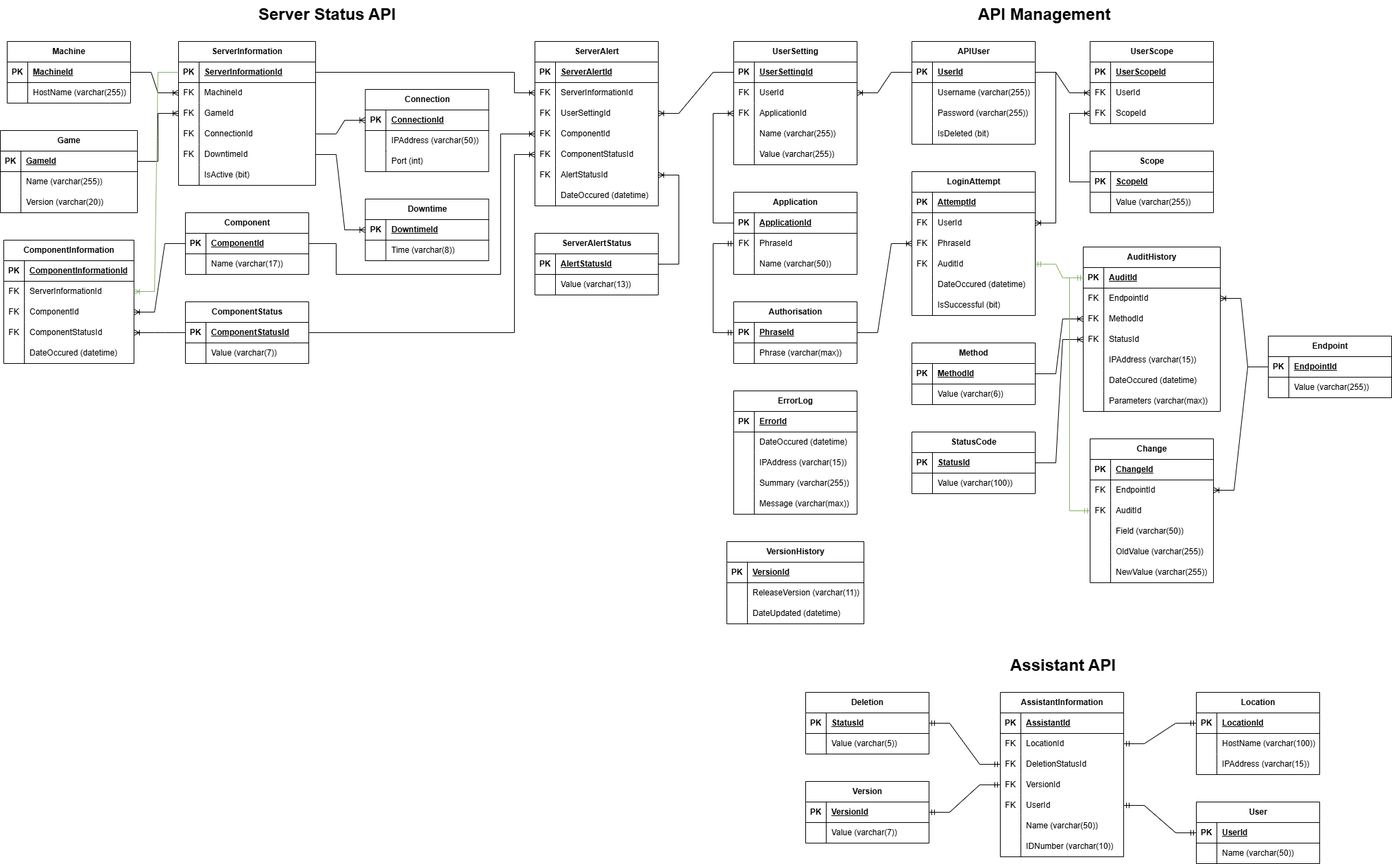
Above: Database ERD.png in LegendarySpork9/Hunter-Industries-API (draw.io), before the change. Source tidied: cells renumbered, new cells last; positions are measured from the earlier drawing's top-left corner, leaving out a move shared by most shapes.
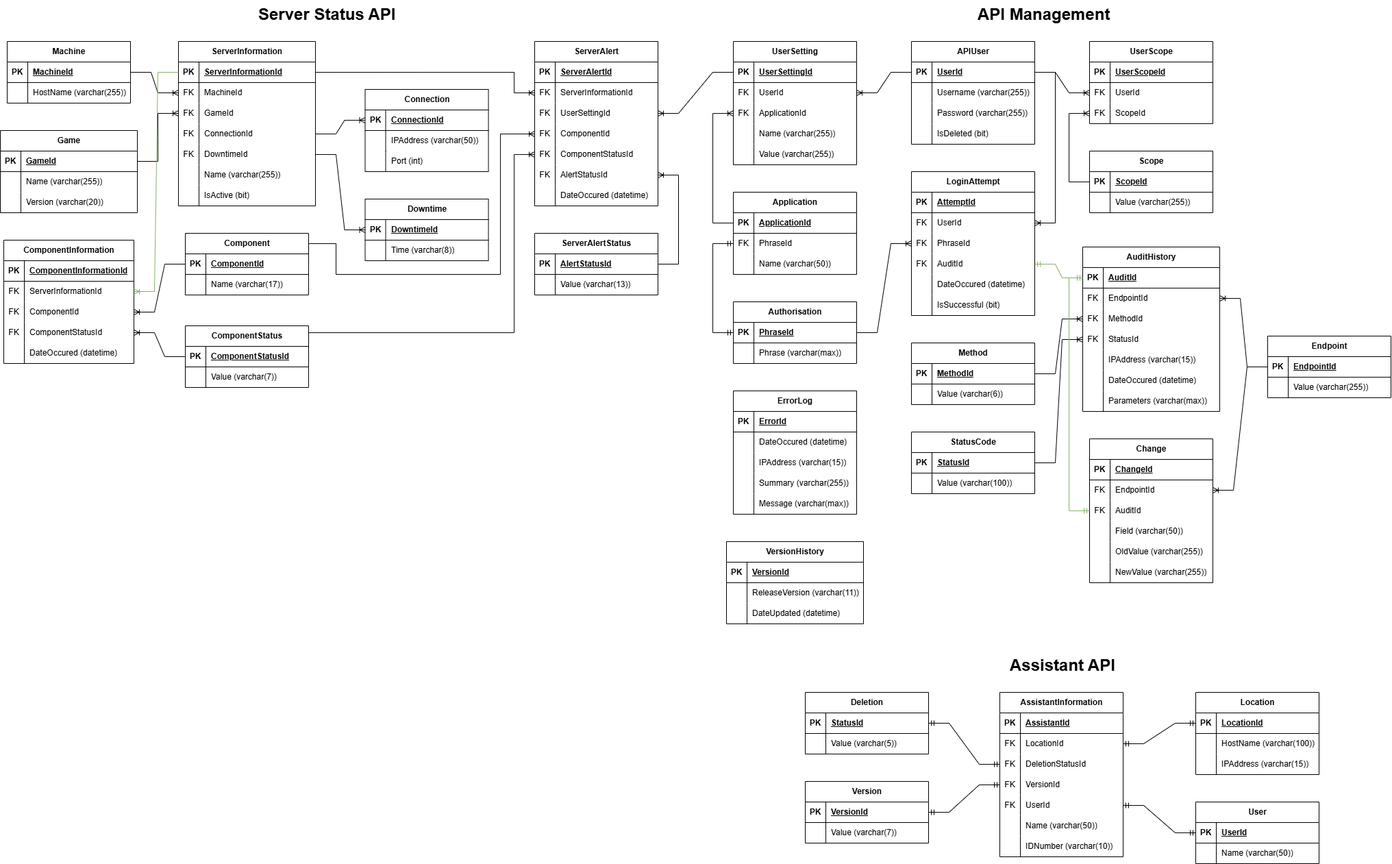
After the change.

Diff of the diagram source:
```diff
@@ -707,7 +707,7 @@
       <mxGeometry relative="1" as="geometry" />
     </mxCell>
     <mxCell id="232" value="ServerInformation" style="shape=table;startSize=30;rowLines=0;fontStyle=1;align=center;html=1;" parent="1" vertex="1">
-      <mxGeometry x="260" y="60" width="200" height="210" as="geometry" />
+      <mxGeometry x="260" y="60" width="200" height="240" as="geometry" />
     </mxCell>
     <mxCell id="233" style="shape=tableRow;horizontal=0;startSize=0;swimlaneHead=0;swimlaneBody=0;fillColor=none;points=[[0,0.5],[1,0.5]];portConstraint=eastwest;top=0;left=0;right=0;bottom=1;" parent="232" vertex="1">
       <mxGeometry y="30" width="200" height="30" as="geometry" />
@@ -754,8 +754,17 @@
     <mxCell id="247" value="DowntimeId" style="shape=partialRectangle;fillColor=none;top=0;left=0;bottom=0;right=0;align=left;spacingLeft=6;overflow=hidden;whiteSpace=wrap;html=1;" parent="245" vertex="1">
       <mxGeometry x="30" width="170" height="30" as="geometry" />
     </mxCell>
+    <mxCell id="369" style="shape=tableRow;horizontal=0;startSize=0;swimlaneHead=0;swimlaneBody=0;fillColor=none;top=0;left=0;right=0;bottom=0;" parent="232" vertex="1">
+      <mxGeometry y="180" width="200" height="30" as="geometry" />
+    </mxCell>
+    <mxCell id="370" style="shape=partialRectangle;fillColor=none;top=0;left=0;bottom=0;right=0;overflow=hidden;whiteSpace=wrap;html=1;" parent="369" vertex="1">
+      <mxGeometry width="30" height="30" as="geometry" />
+    </mxCell>
+    <mxCell id="371" value="Name (varchar(255))" style="shape=partialRectangle;fillColor=none;top=0;left=0;bottom=0;right=0;align=left;spacingLeft=6;overflow=hidden;whiteSpace=wrap;html=1;" parent="369" vertex="1">
+      <mxGeometry x="30" width="170" height="30" as="geometry" />
+    </mxCell>
     <mxCell id="248" style="shape=tableRow;horizontal=0;startSize=0;swimlaneHead=0;swimlaneBody=0;fillColor=none;top=0;left=0;right=0;bottom=0;" parent="232" vertex="1">
-      <mxGeometry y="180" width="200" height="30" as="geometry" />
+      <mxGeometry y="210" width="200" height="30" as="geometry" />
     </mxCell>
     <mxCell id="249" style="shape=partialRectangle;fillColor=none;top=0;left=0;bottom=0;right=0;overflow=hidden;whiteSpace=wrap;html=1;" parent="248" vertex="1">
       <mxGeometry width="30" height="30" as="geometry" />
@@ -863,7 +872,7 @@
       <mxGeometry x="30" width="160" height="30" as="geometry" />
     </mxCell>
     <mxCell id="284" value="Component" style="shape=table;startSize=30;rowLines=0;fontStyle=1;align=center;html=1;" parent="1" vertex="1">
-      <mxGeometry x="270" y="310" width="180" height="90" as="geometry" />
+      <mxGeometry x="270" y="340" width="180" height="90" as="geometry" />
     </mxCell>
     <mxCell id="285" style="shape=tableRow;horizontal=0;startSize=0;swimlaneHead=0;swimlaneBody=0;fillColor=none;points=[[0,0.5],[1,0.5]];portConstraint=eastwest;top=0;left=0;right=0;bottom=1;" parent="284" vertex="1">
       <mxGeometry y="30" width="180" height="30" as="geometry" />
@@ -884,7 +893,7 @@
       <mxGeometry x="30" width="150" height="30" as="geometry" />
     </mxCell>
     <mxCell id="291" value="ComponentStatus" style="shape=table;startSize=30;rowLines=0;fontStyle=1;align=center;html=1;" parent="1" vertex="1">
-      <mxGeometry x="270" y="440" width="180" height="90" as="geometry" />
+      <mxGeometry x="270" y="475" width="180" height="90" as="geometry" />
     </mxCell>
     <mxCell id="292" style="shape=tableRow;horizontal=0;startSize=0;swimlaneHead=0;swimlaneBody=0;fillColor=none;points=[[0,0.5],[1,0.5]];portConstraint=eastwest;top=0;left=0;right=0;bottom=1;" parent="291" vertex="1">
       <mxGeometry y="30" width="180" height="30" as="geometry" />
```
